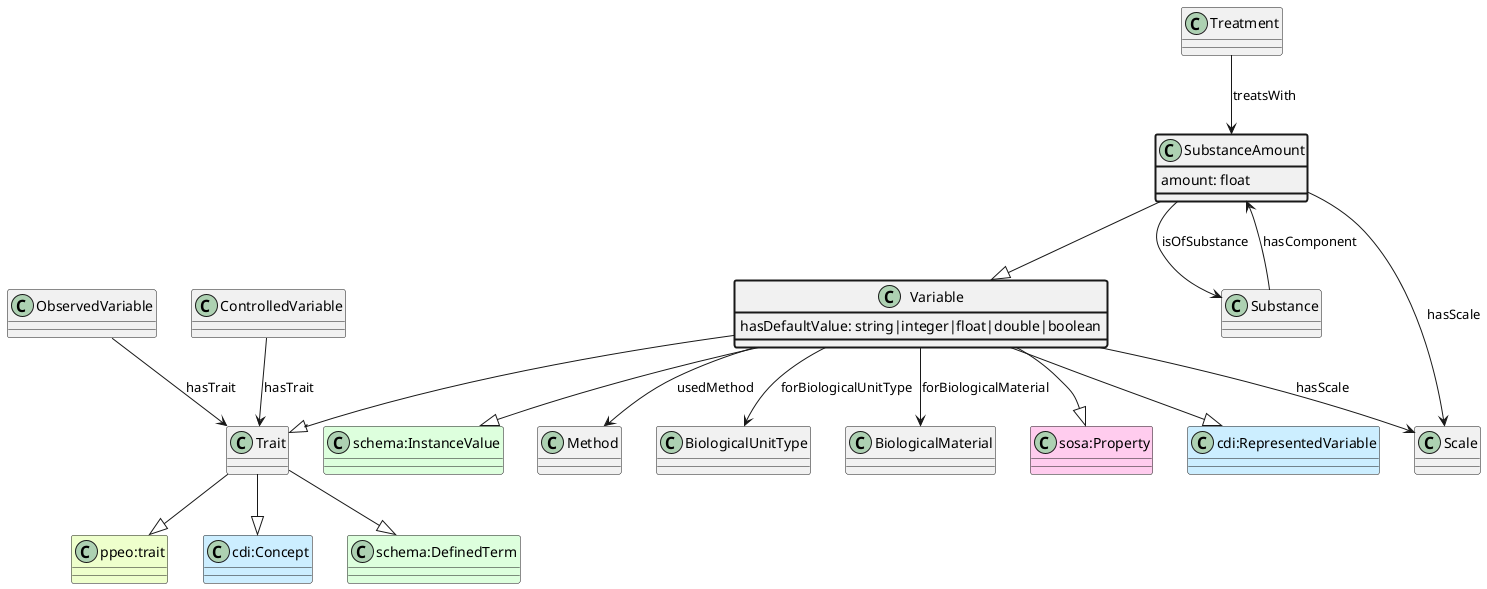
Before: ttl_uml/ttl_appn_SubstanceAmount.png, a diagram exported from PlantUML (aus-plant-phenomics-network/appn-schema).
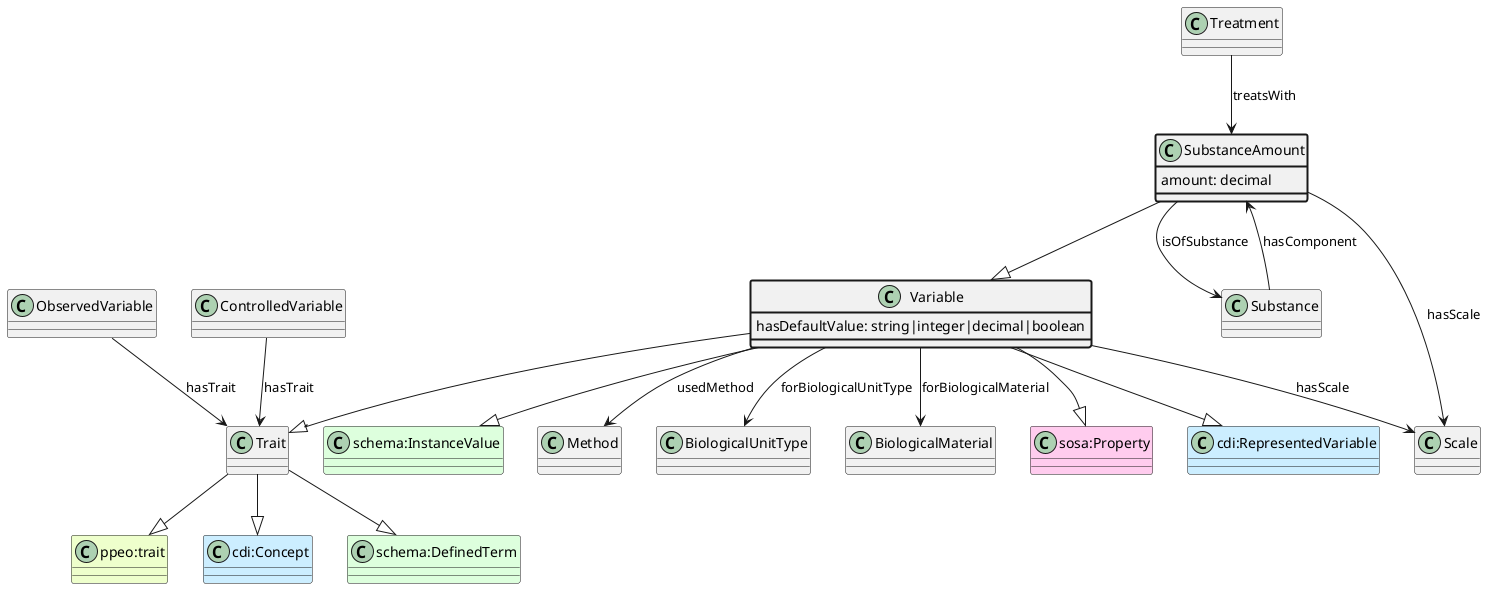
After the commit.

Diff of the diagram source:
```diff
@@ -23,12 +23,12 @@
 class Substance
 SubstanceAmount --> Substance : isOfSubstance
 class SubstanceAmount #line.bold {
-    amount: float
+    amount: decimal
 }
 class Scale
 SubstanceAmount --> Scale : hasScale
 class Variable #line.bold {
-    hasDefaultValue: string|integer|float|double|boolean
+    hasDefaultValue: string|integer|decimal|boolean
 }
 class Method
 Variable --> Method : usedMethod
```
